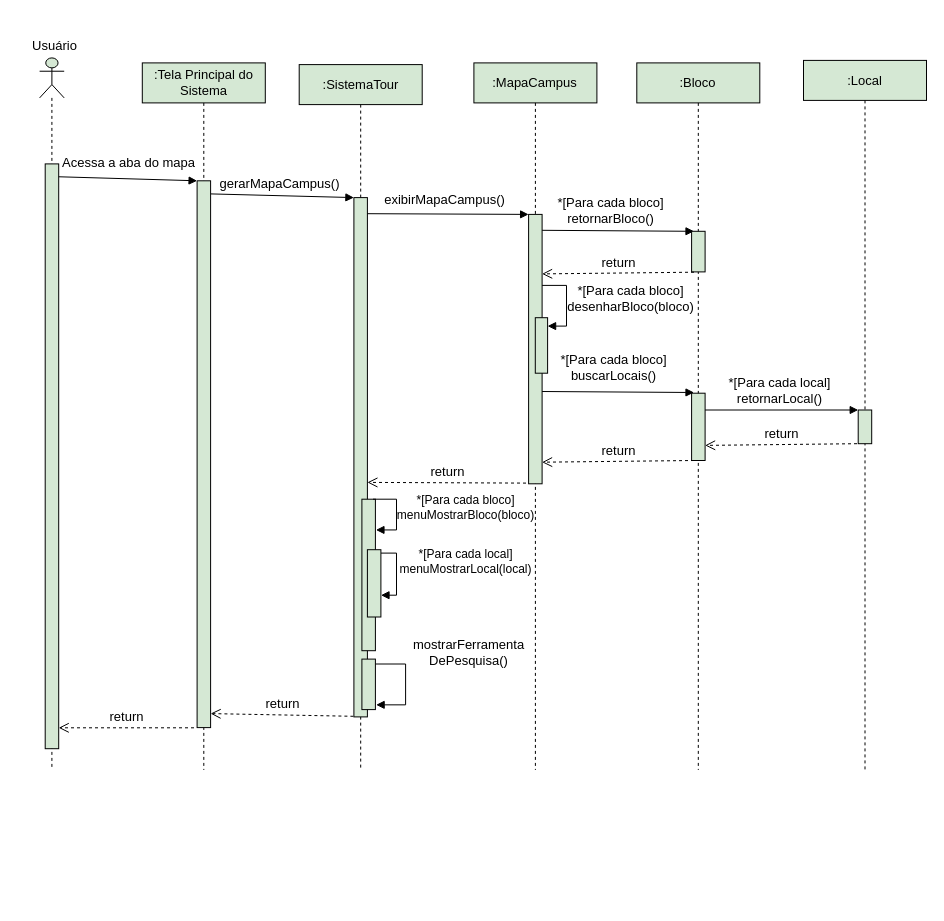
Before: DiagramaDeSequencia-AcessarMapaInterativo2d.drawio in Gigagiga1234/Tour-Virtual, a draw.io diagram. Source tidied: cells renumbered, new cells numbered last; positions are measured from the earlier drawing's top-left corner, leaving out a move shared by most shapes. Both pictures are drawn from the tidied source at 100%, with x=0, y=0 at pixel (17, 17).
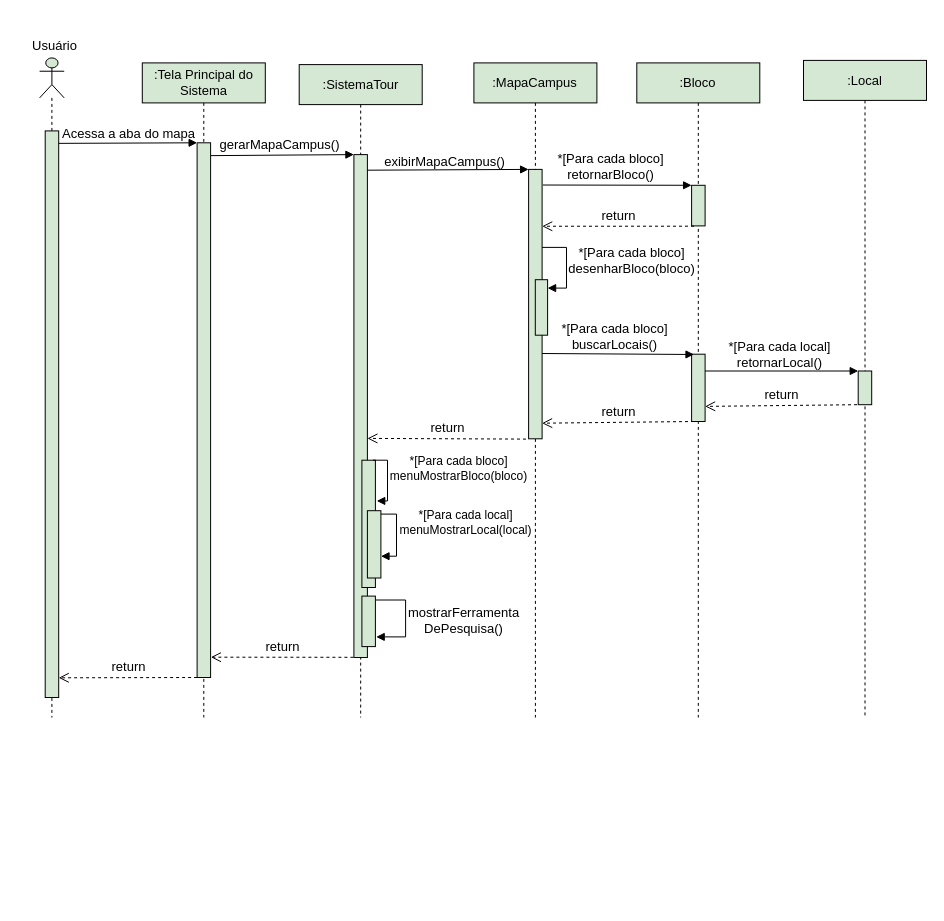
The same page after the edit.

The change refers to these unchanged cells:
```xml
<mxCell id="2" style="group;fontSize=13;" parent="1" vertex="1">
  <mxGeometry width="909" height="887" as="geometry" />
</mxCell>
```

Change to the diagram source:
```diff
@@
     <mxCell id="3" value=":MapaCampus" style="shape=umlLifeline;perimeter=lifelinePerimeter;whiteSpace=wrap;html=1;newEdgeStyle={&quot;curved&quot;:0,&quot;rounded&quot;:0};fillColor=#d5e8d4;strokeColor=default;fontSize=13;" parent="2" vertex="1">
-      <mxGeometry x="456.4" y="45.4" width="123" height="707" as="geometry" />
+      <mxGeometry x="456.4" y="45.4" width="123" height="654.6" as="geometry" />
     </mxCell>
     <mxCell id="4" style="rounded=0;whiteSpace=wrap;html=1;fillColor=#d5e8d4;strokeColor=default;fontSize=13;" parent="2" vertex="1">
-      <mxGeometry x="511.1" y="196.9" width="13.5" height="269.4" as="geometry" />
+      <mxGeometry x="511.1" y="151.9" width="13.5" height="269.4" as="geometry" />
     </mxCell>
     <mxCell id="5" value="*[Para cada bloco]&lt;div&gt;retornarBloco()&lt;/div&gt;" style="text;html=1;align=center;verticalAlign=middle;strokeColor=none;fillColor=none;fontSize=13;" parent="2" vertex="1">
-      <mxGeometry x="528" y="173.3" width="130" height="40" as="geometry" />
+      <mxGeometry x="528" y="129.3" width="130" height="40" as="geometry" />
     </mxCell>
     <mxCell id="6" value="gerarMapaCampus()" style="text;html=1;align=center;verticalAlign=middle;strokeColor=none;fillColor=none;fontSize=13;" parent="2" vertex="1">
-      <mxGeometry x="192.1" y="150.9" width="140" height="30" as="geometry" />
+      <mxGeometry x="192.1" y="111.9" width="140" height="30" as="geometry" />
     </mxCell>
     <mxCell id="7" value=":Tela Principal do Sistema" style="shape=umlLifeline;perimeter=lifelinePerimeter;whiteSpace=wrap;html=1;newEdgeStyle={&quot;curved&quot;:0,&quot;rounded&quot;:0};fillColor=#d5e8d4;strokeColor=default;fontSize=13;" parent="2" vertex="1">
-      <mxGeometry x="124.8" y="45.4" width="123" height="707" as="geometry" />
+      <mxGeometry x="124.8" y="45.4" width="123" height="654.6" as="geometry" />
     </mxCell>
     <mxCell id="8" style="shape=umlLifeline;perimeter=lifelinePerimeter;whiteSpace=wrap;html=1;newEdgeStyle={&quot;curved&quot;:0,&quot;rounded&quot;:0};participant=umlActor;fillColor=#d5e8d4;strokeColor=default;fontSize=13;" parent="2" vertex="1">
-      <mxGeometry x="22.1" y="40.4" width="24.6" height="712" as="geometry" />
+      <mxGeometry x="22.1" y="40.4" width="24.6" height="659.6" as="geometry" />
     </mxCell>
     <mxCell id="9" style="rounded=0;whiteSpace=wrap;html=1;fillColor=#d5e8d4;strokeColor=default;fontSize=13;" parent="2" vertex="1">
-      <mxGeometry x="27.7" y="146.4" width="13.5" height="584.8" as="geometry" />
+      <mxGeometry x="27.7" y="113.4" width="13.5" height="566.6" as="geometry" />
     </mxCell>
     <mxCell id="10" value="Acessa a aba do mapa" style="text;html=1;align=center;verticalAlign=middle;strokeColor=none;fillColor=none;fontSize=13;" parent="2" vertex="1">
-      <mxGeometry x="31.1" y="130" width="160" height="30" as="geometry" />
+      <mxGeometry x="31.1" y="101" width="160" height="30" as="geometry" />
     </mxCell>
     <mxCell id="11" style="rounded=0;whiteSpace=wrap;html=1;fillColor=#d5e8d4;strokeColor=default;fontSize=13;" parent="2" vertex="1">
-      <mxGeometry x="179.6" y="163.3" width="13.5" height="546.8" as="geometry" />
+      <mxGeometry x="179.6" y="125.3" width="13.5" height="534.7" as="geometry" />
     </mxCell>
@@
     <mxCell id="14" value=":Bloco" style="shape=umlLifeline;perimeter=lifelinePerimeter;whiteSpace=wrap;html=1;newEdgeStyle={&quot;curved&quot;:0,&quot;rounded&quot;:0};fillColor=#d5e8d4;strokeColor=default;fontSize=13;" parent="2" vertex="1">
-      <mxGeometry x="619.3" y="45.4" width="123" height="707" as="geometry" />
+      <mxGeometry x="619.3" y="45.4" width="123" height="654.6" as="geometry" />
     </mxCell>
-    <mxCell id="15" style="endArrow=block;html=1;rounded=0;exitX=1.002;exitY=0.226;exitDx=0;exitDy=0;entryX=0;entryY=0;entryDx=0;entryDy=0;endFill=1;exitPerimeter=0;fillColor=#d5e8d4;strokeColor=default;fontSize=13;" parent="2" edge="1">
-      <mxGeometry relative="1" as="geometry">
-        <mxPoint x="524.6" y="212.8" as="sourcePoint" />
-        <mxPoint x="676.5" y="213.8" as="targetPoint" />
-      </mxGeometry>
+    <mxCell id="15" style="endArrow=block;html=1;rounded=0;exitX=1.058;exitY=0.058;exitDx=0;exitDy=0;entryX=0;entryY=0;entryDx=0;entryDy=0;endFill=1;exitPerimeter=0;fillColor=#d5e8d4;strokeColor=default;fontSize=13;" parent="2" edge="1" source="4" target="16">
+      <mxGeometry relative="1" as="geometry" />
     </mxCell>
     <mxCell id="16" style="rounded=0;whiteSpace=wrap;html=1;fillColor=#d5e8d4;strokeColor=default;fontSize=13;" parent="2" vertex="1">
-      <mxGeometry x="674.1" y="213.8" width="13.5" height="40.6" as="geometry" />
+      <mxGeometry x="674.1" y="167.8" width="13.5" height="40.6" as="geometry" />
     </mxCell>
     <mxCell id="17" style="html=1;perimeter=orthogonalPerimeter;targetShapes=umlLifeline;newEdgeStyle={&quot;curved&quot;:0,&quot;rounded&quot;:0};fillColor=#d5e8d4;strokeColor=default;fontSize=13;" parent="2" vertex="1">
-      <mxGeometry x="517.8" y="300.2" width="12.3" height="55.5" as="geometry" />
+      <mxGeometry x="517.8" y="262.2" width="12.3" height="55.5" as="geometry" />
     </mxCell>
     <mxCell id="18" style="html=1;align=left;spacingLeft=2;endArrow=block;rounded=0;edgeStyle=elbowEdgeStyle;rounded=0;exitX=1.089;exitY=0.74;exitDx=0;exitDy=0;exitPerimeter=0;entryX=1;entryY=0;entryDx=0;entryDy=5;entryPerimeter=0;fillColor=#d5e8d4;strokeColor=default;fontSize=13;" parent="2" edge="1">
       <mxGeometry x="-0.17" y="30" relative="1" as="geometry">
-        <mxPoint x="524.6" y="267.9" as="sourcePoint" />
-        <mxPoint x="530.1" y="308.6" as="targetPoint" />
+        <mxPoint x="524.6" y="229.9" as="sourcePoint" />
+        <mxPoint x="530.1" y="270.6" as="targetPoint" />
         <Array as="points">
-          <mxPoint x="549" y="293.5" />
+          <mxPoint x="549" y="255.5" />
         </Array>
       </mxGeometry>
     </mxCell>
     <mxCell id="19" value="&lt;div&gt;&lt;span style=&quot;background-color: transparent; color: light-dark(rgb(0, 0, 0), rgb(255, 255, 255));&quot;&gt;*[Para cada bloco]&lt;/span&gt;&lt;/div&gt;&lt;div&gt;&lt;span style=&quot;background-color: transparent; color: light-dark(rgb(0, 0, 0), rgb(255, 255, 255));&quot;&gt;desenharBloco(bloco)&lt;/span&gt;&lt;/div&gt;" style="text;html=1;align=center;verticalAlign=middle;strokeColor=none;fillColor=none;fontSize=13;" parent="2" vertex="1">
-      <mxGeometry x="537.7" y="260.6" width="150" height="40" as="geometry" />
+      <mxGeometry x="538.7" y="222.6" width="150" height="40" as="geometry" />
     </mxCell>
-    <mxCell id="20" value="return" style="html=1;verticalAlign=bottom;endArrow=open;dashed=1;endSize=8;curved=0;rounded=0;entryX=1;entryY=0.75;entryDx=0;entryDy=0;exitX=0;exitY=1;exitDx=0;exitDy=0;fillColor=#d5e8d4;strokeColor=default;fontSize=13;" parent="2" edge="1">
+    <mxCell id="20" value="return" style="html=1;verticalAlign=bottom;endArrow=open;dashed=1;endSize=8;curved=0;rounded=0;entryX=1.008;entryY=0.211;entryDx=0;entryDy=0;exitX=0;exitY=1;exitDx=0;exitDy=0;fillColor=#d5e8d4;strokeColor=default;fontSize=13;entryPerimeter=0;" parent="2" edge="1" target="4">
       <mxGeometry relative="1" as="geometry">
-        <mxPoint x="676.5" y="254.7" as="sourcePoint" />
-        <mxPoint x="524.6" y="256.4" as="targetPoint" />
+        <mxPoint x="676.5" y="208.7" as="sourcePoint" />
       </mxGeometry>
     </mxCell>
-    <mxCell id="21" value="return" style="html=1;verticalAlign=bottom;endArrow=open;dashed=1;endSize=8;curved=0;rounded=0;entryX=1.039;entryY=0.879;entryDx=0;entryDy=0;entryPerimeter=0;fillColor=#d5e8d4;strokeColor=default;fontSize=13;" parent="2" edge="1">
+    <mxCell id="21" value="return" style="html=1;verticalAlign=bottom;endArrow=open;dashed=1;endSize=8;curved=0;rounded=0;entryX=1.019;entryY=0.962;entryDx=0;entryDy=0;entryPerimeter=0;fillColor=#d5e8d4;strokeColor=default;fontSize=13;" parent="2" edge="1" target="11">
       <mxGeometry relative="1" as="geometry">
-        <mxPoint x="335.9" y="698.8" as="sourcePoint" />
-        <mxPoint x="193.1" y="696.1" as="targetPoint" />
+        <mxPoint x="335.9" y="639.8" as="sourcePoint" />
       </mxGeometry>
     </mxCell>
-    <mxCell id="22" value="return" style="html=1;verticalAlign=bottom;endArrow=open;dashed=1;endSize=8;curved=0;rounded=0;fillColor=#d5e8d4;strokeColor=default;fontSize=13;" parent="2" edge="1">
+    <mxCell id="22" value="return" style="html=1;verticalAlign=bottom;endArrow=open;dashed=1;endSize=8;curved=0;rounded=0;fillColor=#d5e8d4;strokeColor=default;fontSize=13;exitX=0;exitY=1;exitDx=0;exitDy=0;" parent="2" edge="1" source="11">
       <mxGeometry relative="1" as="geometry">
-        <mxPoint x="176.5" y="710.3" as="sourcePoint" />
-        <mxPoint x="41.2" y="710.3" as="targetPoint" />
+        <mxPoint x="41.2" y="660.3" as="targetPoint" />
       </mxGeometry>
     </mxCell>
@@
     <mxCell id="24" value=":SistemaTour" style="shape=umlLifeline;perimeter=lifelinePerimeter;whiteSpace=wrap;html=1;newEdgeStyle={&quot;curved&quot;:0,&quot;rounded&quot;:0};fillColor=#d5e8d4;strokeColor=default;fontSize=13;" parent="2" vertex="1">
-      <mxGeometry x="281.7" y="47.1" width="123" height="705.3" as="geometry" />
+      <mxGeometry x="281.7" y="47.1" width="123" height="652.9" as="geometry" />
     </mxCell>
     <mxCell id="25" style="rounded=0;whiteSpace=wrap;html=1;fillColor=#d5e8d4;strokeColor=default;fontSize=13;" parent="2" vertex="1">
-      <mxGeometry x="336.4" y="180.1" width="13.5" height="519.3" as="geometry" />
+      <mxGeometry x="336.4" y="137.1" width="13.5" height="502.9" as="geometry" />
     </mxCell>
@@
     <mxCell id="27" value="exibirMapaCampus()" style="text;html=1;align=center;verticalAlign=middle;strokeColor=none;fillColor=none;fontSize=13;" parent="2" vertex="1">
-      <mxGeometry x="356.9" y="167.4" width="140" height="30" as="geometry" />
+      <mxGeometry x="356.9" y="129.4" width="140" height="30" as="geometry" />
     </mxCell>
     <mxCell id="28" value="return" style="html=1;verticalAlign=bottom;endArrow=open;dashed=1;endSize=8;curved=0;rounded=0;entryX=1.01;entryY=0.365;entryDx=0;entryDy=0;entryPerimeter=0;fillColor=#d5e8d4;strokeColor=default;fontSize=13;" parent="2" edge="1">
       <mxGeometry relative="1" as="geometry">
-        <mxPoint x="508.5" y="465.6" as="sourcePoint" />
-        <mxPoint x="349.9" y="464.9" as="targetPoint" />
+        <mxPoint x="508.5" y="421.6" as="sourcePoint" />
+        <mxPoint x="349.9" y="420.9" as="targetPoint" />
       </mxGeometry>
     </mxCell>
     <mxCell id="29" style="rounded=0;whiteSpace=wrap;html=1;fillColor=#d5e8d4;strokeColor=default;fontSize=13;" parent="2" vertex="1">
-      <mxGeometry x="674.1" y="375.7" width="13.5" height="67.3" as="geometry" />
+      <mxGeometry x="674.1" y="336.7" width="13.5" height="67.3" as="geometry" />
     </mxCell>
     <mxCell id="30" style="endArrow=block;html=1;rounded=0;exitX=1.002;exitY=0.226;exitDx=0;exitDy=0;entryX=0;entryY=0;entryDx=0;entryDy=0;endFill=1;exitPerimeter=0;fillColor=#d5e8d4;strokeColor=default;fontSize=13;" parent="2" edge="1">
       <mxGeometry relative="1" as="geometry">
-        <mxPoint x="524.6" y="374" as="sourcePoint" />
-        <mxPoint x="676.5" y="375" as="targetPoint" />
+        <mxPoint x="524.6" y="336" as="sourcePoint" />
+        <mxPoint x="676.5" y="337" as="targetPoint" />
       </mxGeometry>
     </mxCell>
     <mxCell id="31" value="*[Para cada bloco]&lt;div&gt;buscarLocais()&lt;/div&gt;" style="text;html=1;align=center;verticalAlign=middle;strokeColor=none;fillColor=none;fontSize=13;" parent="2" vertex="1">
-      <mxGeometry x="531" y="330.2" width="130" height="40" as="geometry" />
+      <mxGeometry x="532" y="299.2" width="130" height="40" as="geometry" />
     </mxCell>
     <mxCell id="32" value=":Local" style="shape=umlLifeline;perimeter=lifelinePerimeter;whiteSpace=wrap;html=1;newEdgeStyle={&quot;curved&quot;:0,&quot;rounded&quot;:0};fillColor=#d5e8d4;strokeColor=default;fontSize=13;" parent="2" vertex="1">
-      <mxGeometry x="786" y="42.9" width="123" height="709.5" as="geometry" />
+      <mxGeometry x="786" y="42.9" width="123" height="657.1" as="geometry" />
     </mxCell>
     <mxCell id="33" style="rounded=0;whiteSpace=wrap;html=1;fillColor=#d5e8d4;strokeColor=default;fontSize=13;" parent="2" vertex="1">
-      <mxGeometry x="840.7" y="392.5" width="13.5" height="33.7" as="geometry" />
+      <mxGeometry x="840.7" y="353.5" width="13.5" height="33.7" as="geometry" />
     </mxCell>
     <mxCell id="34" style="endArrow=block;html=1;rounded=0;exitX=1.002;exitY=0.226;exitDx=0;exitDy=0;entryX=0;entryY=0;entryDx=0;entryDy=0;endFill=1;exitPerimeter=0;fillColor=#d5e8d4;strokeColor=default;fontSize=13;" parent="2" edge="1" target="33">
       <mxGeometry relative="1" as="geometry">
-        <mxPoint x="687.6" y="392.5" as="sourcePoint" />
+        <mxPoint x="687.6" y="353.5" as="sourcePoint" />
       </mxGeometry>
     </mxCell>
     <mxCell id="35" value="*[Para cada local]&lt;div&gt;retornarLocal()&lt;/div&gt;" style="text;html=1;align=center;verticalAlign=middle;strokeColor=none;fillColor=none;fontSize=13;" parent="2" vertex="1">
-      <mxGeometry x="697" y="352.6" width="130" height="40" as="geometry" />
+      <mxGeometry x="697" y="316.6" width="130" height="40" as="geometry" />
     </mxCell>
     <mxCell id="36" value="return" style="html=1;verticalAlign=bottom;endArrow=open;dashed=1;endSize=8;curved=0;rounded=0;entryX=1;entryY=0.75;entryDx=0;entryDy=0;exitX=0;exitY=1;exitDx=0;exitDy=0;fillColor=#d5e8d4;strokeColor=default;fontSize=13;" parent="2" edge="1">
       <mxGeometry relative="1" as="geometry">
-        <mxPoint x="839.5" y="426.2" as="sourcePoint" />
-        <mxPoint x="687.6" y="427.9" as="targetPoint" />
+        <mxPoint x="839.5" y="387.2" as="sourcePoint" />
+        <mxPoint x="687.6" y="388.9" as="targetPoint" />
       </mxGeometry>
     </mxCell>
     <mxCell id="37" value="return" style="html=1;verticalAlign=bottom;endArrow=open;dashed=1;endSize=8;curved=0;rounded=0;entryX=1;entryY=0.75;entryDx=0;entryDy=0;exitX=0;exitY=1;exitDx=0;exitDy=0;fillColor=#d5e8d4;strokeColor=default;fontSize=13;" parent="2" edge="1">
       <mxGeometry relative="1" as="geometry">
-        <mxPoint x="676.5" y="443" as="sourcePoint" />
-        <mxPoint x="524.6" y="444.7" as="targetPoint" />
+        <mxPoint x="676.5" y="404" as="sourcePoint" />
+        <mxPoint x="524.6" y="405.7" as="targetPoint" />
       </mxGeometry>
     </mxCell>
     <mxCell id="38" style="rounded=0;whiteSpace=wrap;html=1;fillColor=#d5e8d4;strokeColor=default;fontSize=13;" parent="2" vertex="1">
-      <mxGeometry x="344.4" y="481.7" width="13.5" height="151.5" as="geometry" />
+      <mxGeometry x="344.4" y="442.7" width="13.5" height="127.3" as="geometry" />
     </mxCell>
-    <mxCell id="39" style="html=1;align=left;spacingLeft=2;endArrow=block;rounded=0;edgeStyle=elbowEdgeStyle;rounded=0;exitX=1.089;exitY=0.74;exitDx=0;exitDy=0;exitPerimeter=0;entryX=1.041;entryY=0.203;entryDx=0;entryDy=0;entryPerimeter=0;fillColor=#d5e8d4;strokeColor=default;fontSize=13;" parent="2" edge="1" target="38">
+    <mxCell id="39" style="html=1;align=left;spacingLeft=2;endArrow=block;rounded=0;edgeStyle=elbowEdgeStyle;rounded=0;exitX=1.089;exitY=0.74;exitDx=0;exitDy=0;exitPerimeter=0;entryX=1.099;entryY=0.32;entryDx=0;entryDy=0;fillColor=#d5e8d4;strokeColor=default;fontSize=13;entryPerimeter=0;" parent="2" edge="1" target="38">
       <mxGeometry x="-0.17" y="30" relative="1" as="geometry">
-        <mxPoint x="355.5" y="481.7" as="sourcePoint" />
+        <mxPoint x="355.5" y="442.7" as="sourcePoint" />
         <Array as="points">
-          <mxPoint x="379" y="500.5" />
+          <mxPoint x="370" y="460" />
         </Array>
       </mxGeometry>
     </mxCell>
     <mxCell id="40" value="&lt;div&gt;&lt;span style=&quot;background-color: transparent; color: light-dark(rgb(0, 0, 0), rgb(255, 255, 255));&quot;&gt;*[Para cada bloco]&lt;/span&gt;&lt;/div&gt;&lt;div&gt;&lt;span style=&quot;background-color: transparent; color: light-dark(rgb(0, 0, 0), rgb(255, 255, 255));&quot;&gt;menuMostrarBloco(bloco)&lt;/span&gt;&lt;/div&gt;" style="text;html=1;align=center;verticalAlign=middle;strokeColor=none;fillColor=none;fontSize=12;" parent="2" vertex="1">
-      <mxGeometry x="367.9" y="469.6" width="160" height="40" as="geometry" />
+      <mxGeometry x="360.9" y="430.6" width="160" height="40" as="geometry" />
     </mxCell>
     <mxCell id="41" style="rounded=0;whiteSpace=wrap;html=1;fillColor=#d5e8d4;strokeColor=default;fontSize=13;" parent="2" vertex="1">
-      <mxGeometry x="349.9" y="532.2" width="13.5" height="67.3" as="geometry" />
+      <mxGeometry x="349.9" y="493.2" width="13.5" height="67.3" as="geometry" />
     </mxCell>
     <mxCell id="42" style="html=1;align=left;spacingLeft=2;endArrow=block;rounded=0;edgeStyle=elbowEdgeStyle;rounded=0;exitX=1.089;exitY=0.74;exitDx=0;exitDy=0;exitPerimeter=0;entryX=1.041;entryY=0.203;entryDx=0;entryDy=0;entryPerimeter=0;fillColor=#d5e8d4;strokeColor=default;fontSize=13;" parent="2" edge="1">
       <mxGeometry x="-0.17" y="30" relative="1" as="geometry">
-        <mxPoint x="363.5" y="535.6" as="sourcePoint" />
-        <mxPoint x="363.5" y="577.7" as="targetPoint" />
+        <mxPoint x="363.5" y="496.6" as="sourcePoint" />
+        <mxPoint x="363.5" y="538.7" as="targetPoint" />
         <Array as="points">
-          <mxPoint x="379" y="559.1" />
+          <mxPoint x="379" y="520.1" />
         </Array>
       </mxGeometry>
     </mxCell>
     <mxCell id="43" value="&lt;div&gt;&lt;span style=&quot;background-color: transparent; color: light-dark(rgb(0, 0, 0), rgb(255, 255, 255));&quot;&gt;*[Para cada local]&lt;/span&gt;&lt;/div&gt;&lt;div&gt;&lt;span style=&quot;background-color: transparent; color: light-dark(rgb(0, 0, 0), rgb(255, 255, 255));&quot;&gt;menuMostrarLocal(local)&lt;/span&gt;&lt;/div&gt;" style="text;html=1;align=center;verticalAlign=middle;strokeColor=none;fillColor=none;fontSize=12;" parent="2" vertex="1">
-      <mxGeometry x="367.5" y="523.8" width="160" height="40" as="geometry" />
+      <mxGeometry x="367.5" y="484.8" width="160" height="40" as="geometry" />
     </mxCell>
-    <mxCell id="44" style="html=1;align=left;spacingLeft=2;endArrow=block;rounded=0;edgeStyle=elbowEdgeStyle;rounded=0;exitX=1.089;exitY=0.74;exitDx=0;exitDy=0;exitPerimeter=0;entryX=1.054;entryY=0.906;entryDx=0;entryDy=0;entryPerimeter=0;fillColor=#d5e8d4;strokeColor=default;fontSize=13;" parent="2" edge="1" target="45">
+    <mxCell id="44" style="html=1;align=left;spacingLeft=2;endArrow=block;rounded=0;edgeStyle=elbowEdgeStyle;rounded=0;exitX=1.089;exitY=0.74;exitDx=0;exitDy=0;exitPerimeter=0;entryX=1.054;entryY=0.906;entryDx=0;entryDy=0;entryPerimeter=0;fillColor=#d5e8d4;strokeColor=default;fontSize=13;" parent="2" edge="1">
       <mxGeometry x="-0.17" y="30" relative="1" as="geometry">
-        <mxPoint x="357.9" y="646.5" as="sourcePoint" />
+        <mxPoint x="357.9" y="582.5" as="sourcePoint" />
+        <mxPoint x="358.7" y="619.4" as="targetPoint" />
         <Array as="points">
-          <mxPoint x="388.1" y="667.1" />
+          <mxPoint x="388.1" y="603.1" />
         </Array>
       </mxGeometry>
     </mxCell>
     <mxCell id="45" style="rounded=0;whiteSpace=wrap;html=1;fillColor=#d5e8d4;strokeColor=default;fontSize=13;" parent="2" vertex="1">
-      <mxGeometry x="344.4" y="641.6" width="13.5" height="50.5" as="geometry" />
+      <mxGeometry x="344.4" y="578.6" width="13.5" height="50.5" as="geometry" />
     </mxCell>
-    <mxCell id="46" value="&lt;div&gt;mostrarFerramenta&lt;/div&gt;&lt;div&gt;DePesquisa()&lt;/div&gt;" style="text;html=1;align=center;verticalAlign=middle;strokeColor=none;fillColor=none;fontSize=13;" parent="1" vertex="1">
-      <mxGeometry x="385.8" y="615.3" width="130" height="40" as="geometry" />
+    <mxCell id="46" value="&lt;div&gt;mostrarFerramenta&lt;/div&gt;&lt;div&gt;DePesquisa()&lt;/div&gt;" style="text;html=1;align=center;verticalAlign=middle;strokeColor=none;fillColor=none;fontSize=13;" parent="2" vertex="1">
+      <mxGeometry x="381.1" y="582.6" width="130" height="40" as="geometry" />
     </mxCell>
```
